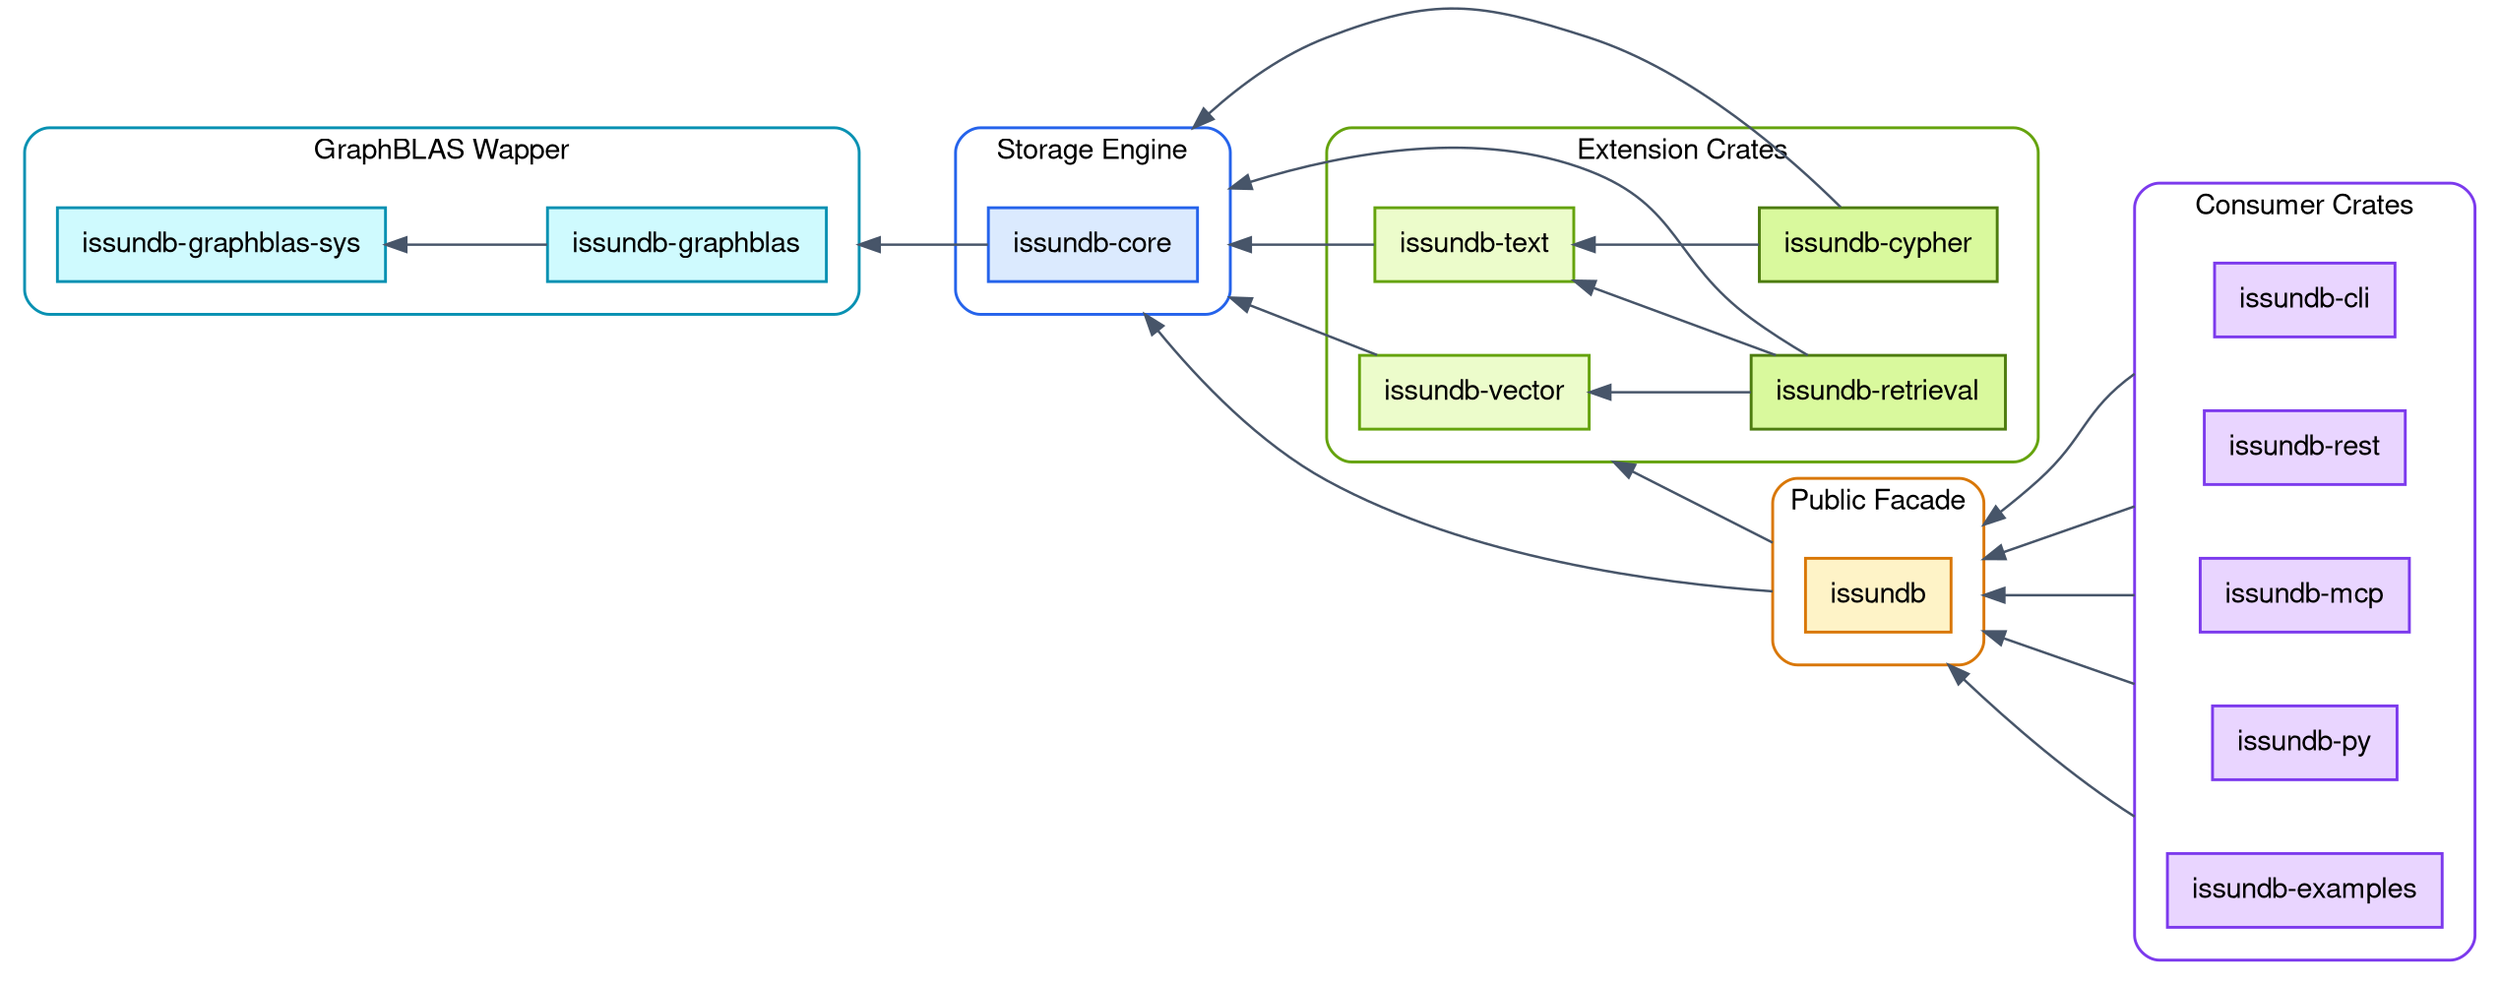
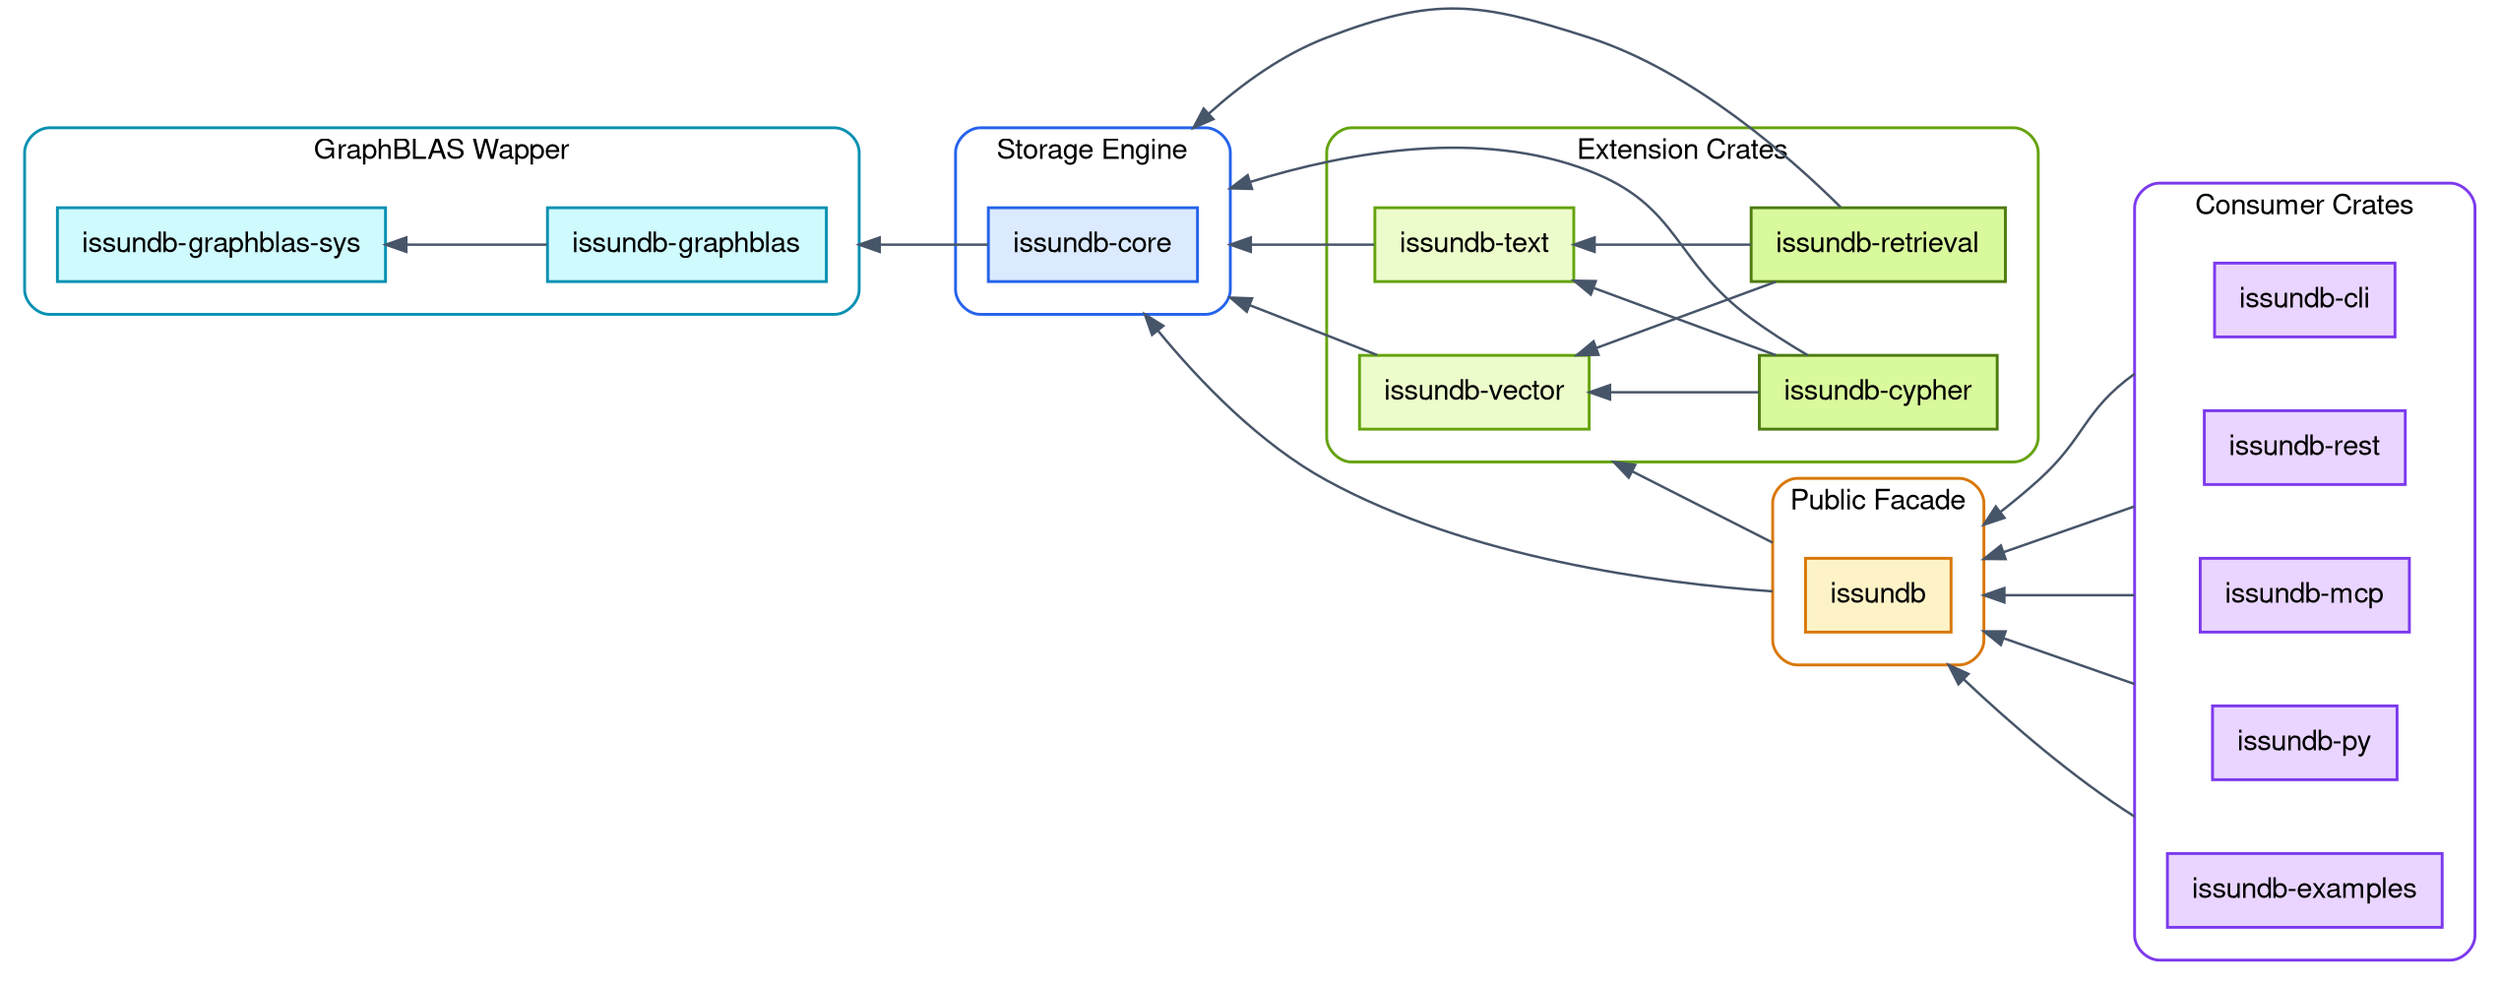
digraph IssunDBArchitecture {
    fontname = "Helvetica,Arial,sans-serif"
    layout = dot
    rankdir = RL
    ranksep = 1.1
    nodesep = 0.5
    splines = true
    bgcolor = "white"
    compound = true

    node [
    fontname = "Helvetica,Arial,sans-serif",
    shape = rect,
    style = "filled",
    color = "#475569",
    fillcolor = "white",
    penwidth = 1.4,
    margin = "0.16,0.10"
    ]

    edge [
    fontname = "Helvetica,Arial,sans-serif",
    fontsize = 10,
    color = "#475569",
    fontcolor = "#475569",
    penwidth = 1.2
    ]

    // ---------------------------------------------------------------
 // GraphBLAS foundation: raw FFI and safe wrapper.
 // ---------------------------------------------------------------
    subgraph cluster_graphblas {
    label = "GraphBLAS Wapper"
    fontname = "Helvetica,Arial,sans-serif"
    fontsize = 14
    style = "rounded"
    color = "#0891B2"
    penwidth = 1.4
    margin = 16

    graphblas_sys [label = "issundb-graphblas-sys", fillcolor = "#CFFAFE", color = "#0891B2"]
    graphblas [label = "issundb-graphblas", fillcolor = "#CFFAFE", color = "#0891B2"]
    }

    // ---------------------------------------------------------------
 // Storage engine: the foundation crate.
 // ---------------------------------------------------------------
    subgraph cluster_core {
    label = "Storage Engine"
    fontname = "Helvetica,Arial,sans-serif"
    fontsize = 14
    style = "rounded"
    color = "#2563EB"
    penwidth = 1.4
    margin = 16

    core [label = "issundb-core", fillcolor = "#DBEAFE", color = "#2563EB"]
    }

    // ---------------------------------------------------------------
 // Extension crates: depend on core, never on each other upward.
 // ---------------------------------------------------------------
    subgraph cluster_ext {
    label = "Extension Crates"
    fontname = "Helvetica,Arial,sans-serif"
    fontsize = 14
    style = "rounded"
    color = "#65A30D"
    penwidth = 1.4
    margin = 16

    vector [label = "issundb-vector", fillcolor = "#ECFCCB", color = "#65A30D"]
    text [label = "issundb-text", fillcolor = "#ECFCCB", color = "#65A30D"]
    retrieval [label = "issundb-retrieval", fillcolor = "#D9F99D", color = "#4D7C0F"]
    cypher [label = "issundb-cypher", fillcolor = "#D9F99D", color = "#4D7C0F"]
    }

    // ---------------------------------------------------------------
 // Public facade.
 // ---------------------------------------------------------------
    subgraph cluster_facade {
    label = "Public Facade"
    fontname = "Helvetica,Arial,sans-serif"
    fontsize = 14
    style = "rounded"
    color = "#D97706"
    penwidth = 1.4
    margin = 16

    facade [label = "issundb", fillcolor = "#FEF3C7", color = "#D97706"]
    }

    // ---------------------------------------------------------------
 // Consumers: bindings, servers, tools. Facade-only.
 // ---------------------------------------------------------------
    subgraph cluster_consumers {
    label = "Consumer Crates"
    fontname = "Helvetica,Arial,sans-serif"
    fontsize = 14
    style = "rounded"
    color = "#7C3AED"
    penwidth = 1.4
    margin = 16

    cli [label = "issundb-cli", fillcolor = "#E9D5FF", color = "#7C3AED"]
    rest [label = "issundb-rest", fillcolor = "#E9D5FF", color = "#7C3AED"]
    mcp [label = "issundb-mcp", fillcolor = "#E9D5FF", color = "#7C3AED"]
    py_bind [label = "issundb-py", fillcolor = "#E9D5FF", color = "#7C3AED"]
    examples [label = "issundb-examples", fillcolor = "#E9D5FF", color = "#7C3AED"]
    }

    // ---------------------------------------------------------------
 // Dependency edges (point from dependent to dependency).
 // lhead/ltail clip the edge at the cluster border (compound = true)
 // so arrows attach to the enclosing cluster, not the inner box.
 // ---------------------------------------------------------------

    // GraphBLAS internal edge.
    graphblas -> graphblas_sys

    // Core depends on the safe GraphBLAS wrapper.
    core -> graphblas [lhead = cluster_graphblas]

    // Extension crates depend on core.
    vector -> core [lhead = cluster_core]
    text -> core [lhead = cluster_core]
    retrieval -> core [lhead = cluster_core]
    retrieval -> vector
    retrieval -> text
    cypher -> core [lhead = cluster_core]
    cypher -> text
+     cypher -> vector

    // Facade composes the extensions and core.
    facade -> core [ltail = cluster_facade, lhead = cluster_core]
    facade -> vector [ltail = cluster_facade, lhead = cluster_ext]

    // Consumers depend only on the facade.
    cli -> facade [ltail = cluster_consumers, lhead = cluster_facade]
    rest -> facade [ltail = cluster_consumers, lhead = cluster_facade]
    mcp -> facade [ltail = cluster_consumers, lhead = cluster_facade]
    py_bind -> facade [ltail = cluster_consumers, lhead = cluster_facade]
    examples -> facade [ltail = cluster_consumers, lhead = cluster_facade]
}
